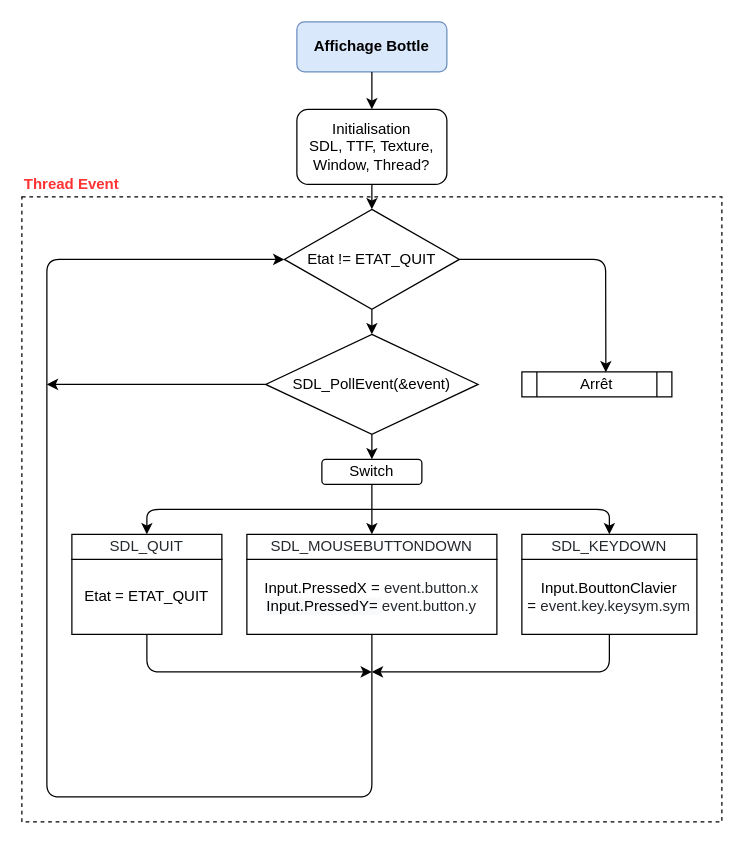
Earlier version of the draw.io diagram page "Page-1" (1 of 3) of AffichageBottle.drawio (lucasmaisonnave/BottleV2). Source tidied: cells renumbered, new cells numbered last; positions are measured from the earlier drawing's top-left corner, leaving out a move shared by most shapes. Both pictures are drawn from the tidied source at 125%, with x=0, y=0 at pixel (21, 21).
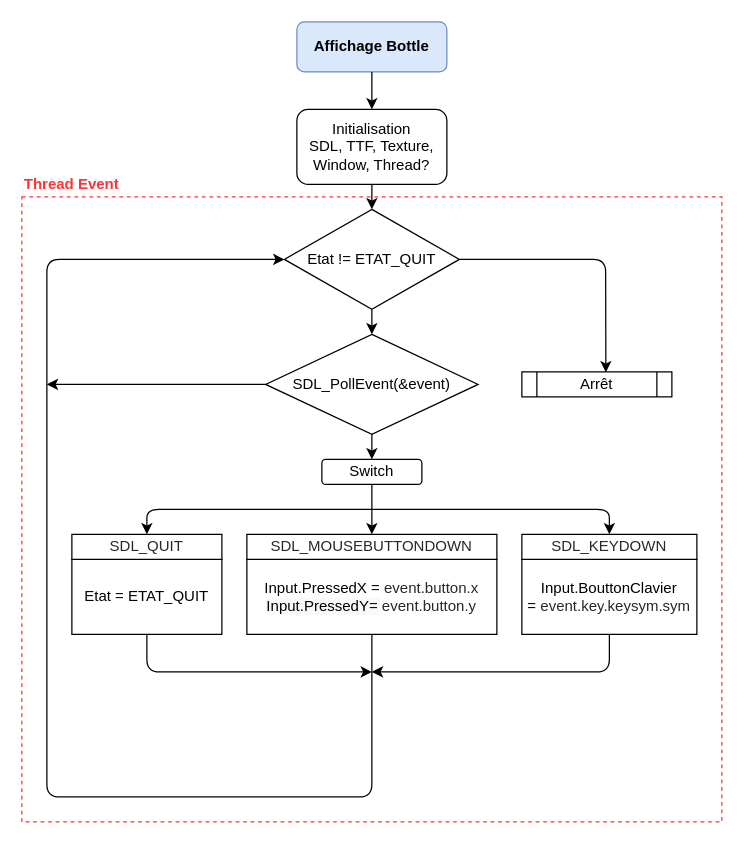
After the change.

What changed in the source:
```diff
@@
-    <mxCell id="5" style="whiteSpace=wrap;html=1;fillColor=none;dashed=1;" parent="1" vertex="1">
+    <mxCell id="5" style="whiteSpace=wrap;html=1;fillColor=none;dashed=1;strokeColor=#FF3333;" parent="1" vertex="1">
       <mxGeometry y="140" width="560" height="500" as="geometry" />
     </mxCell>
```
